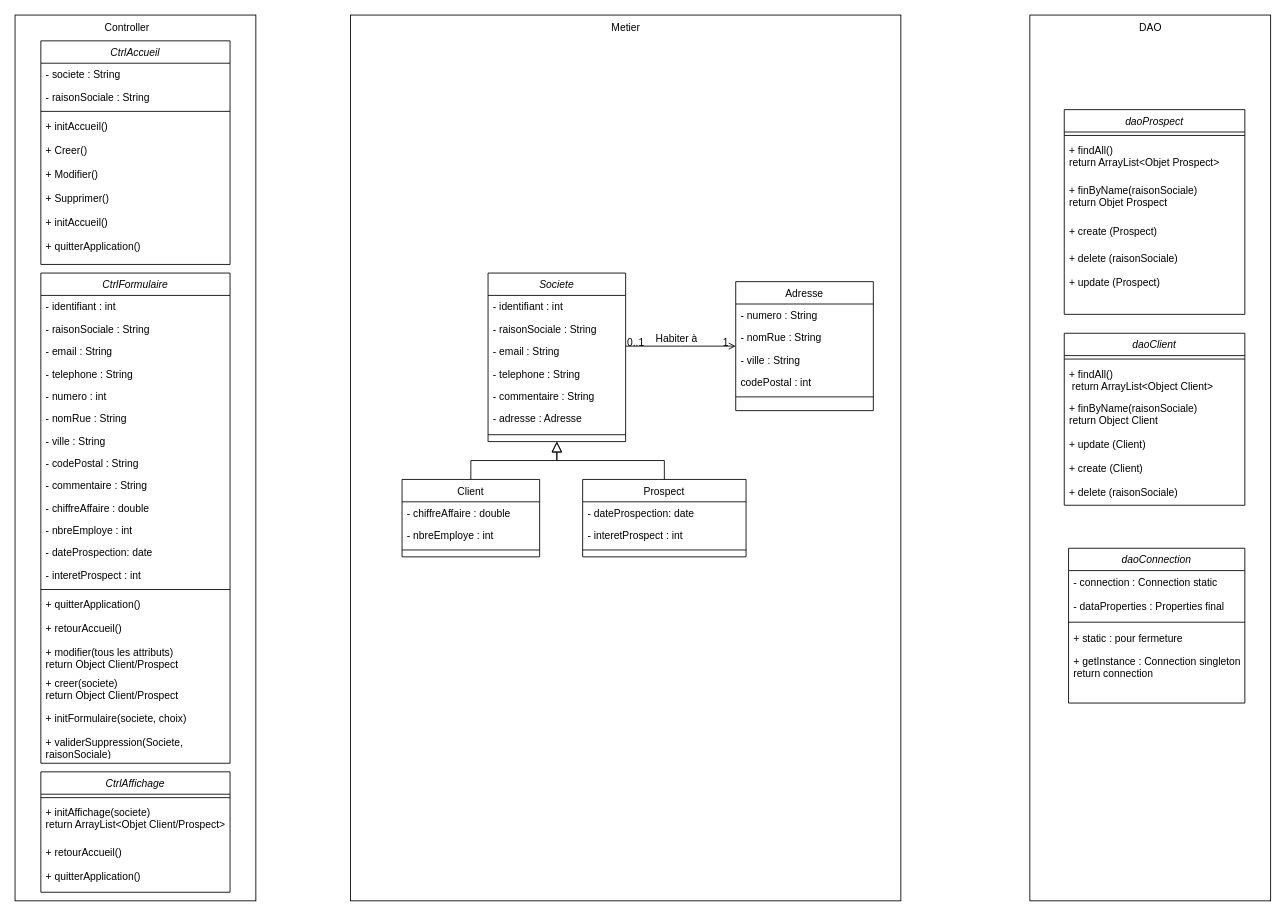
Before: Conception/Diagramme de classe.drawio in MichelLafontaine/ECF_POO, a draw.io diagram. Source tidied: cells renumbered, new cells numbered last; positions are measured from the earlier drawing's top-left corner, leaving out a move shared by most shapes. Both pictures are drawn from the tidied source at 86%, with x=0, y=0 at pixel (15, 15).
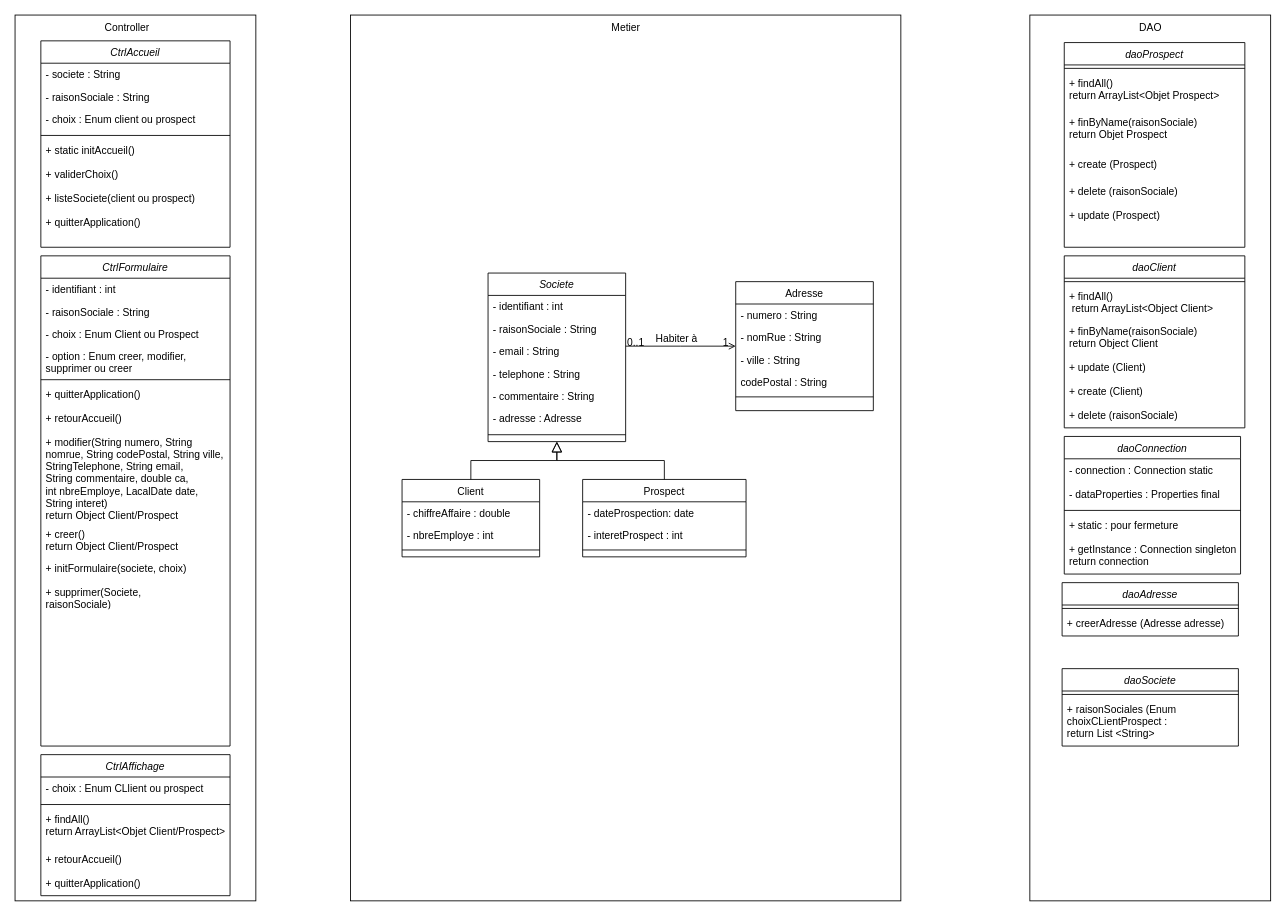
The same page after the edit.

The change refers to these unchanged cells:
```xml
<mxCell id="23" value="Adresse" style="swimlane;fontStyle=0;align=center;verticalAlign=top;horizontal=1;startSize=26;rounded=0;shadow=0;strokeWidth=1;" parent="1" vertex="1">
  <mxGeometry x="838" y="310" width="160" height="150" as="geometry" />
</mxCell>
```

Change to the diagram source:
```diff
@@
-    <mxCell id="27" value="codePostal : int" style="text;align=left;verticalAlign=top;spacingLeft=4;spacingRight=4;overflow=hidden;rounded=0;shadow=0;html=0;" parent="23" vertex="1">
+    <mxCell id="27" value="codePostal : String" style="text;align=left;verticalAlign=top;spacingLeft=4;spacingRight=4;overflow=hidden;rounded=0;shadow=0;html=0;" parent="23" vertex="1">
       <mxGeometry y="104" width="160" height="26" as="geometry" />
     </mxCell>
@@
     <mxCell id="33" value="CtrlAccueil" style="swimlane;fontStyle=2;align=center;verticalAlign=top;horizontal=1;startSize=26;rounded=0;shadow=0;strokeWidth=1;" parent="1" vertex="1">
-      <mxGeometry x="30" y="30" width="220" height="260" as="geometry" />
+      <mxGeometry x="30" y="30" width="220" height="240" as="geometry" />
     </mxCell>
@@
+    <mxCell id="39" value="- choix : Enum client ou prospect" style="text;align=left;verticalAlign=top;spacingLeft=4;spacingRight=4;overflow=hidden;" parent="33" vertex="1">
+      <mxGeometry y="78" width="220" height="28" as="geometry" />
+    </mxCell>
     <mxCell id="36" style="line;html=1;strokeWidth=1;align=left;verticalAlign=middle;spacingTop=-1;spacingLeft=3;spacingRight=3;labelPosition=right;" parent="33" vertex="1">
-      <mxGeometry y="78" width="220" height="8" as="geometry" />
+      <mxGeometry y="106" width="220" height="8" as="geometry" />
     </mxCell>
-    <mxCell id="37" value="+ initAccueil()" style="text;align=left;verticalAlign=top;spacingLeft=4;spacingRight=4;overflow=hidden;" parent="33" vertex="1">
-      <mxGeometry y="86" width="220" height="28" as="geometry" />
+    <mxCell id="37" value="+ static initAccueil()" style="text;align=left;verticalAlign=top;spacingLeft=4;spacingRight=4;overflow=hidden;" parent="33" vertex="1">
+      <mxGeometry y="114" width="220" height="28" as="geometry" />
     </mxCell>
-    <mxCell id="38" value="+ Creer()" style="text;align=left;verticalAlign=top;spacingLeft=4;spacingRight=4;overflow=hidden;" parent="33" vertex="1">
-      <mxGeometry y="114" width="220" height="28" as="geometry" />
+    <mxCell id="38" value="+ validerChoix()" style="text;align=left;verticalAlign=top;spacingLeft=4;spacingRight=4;overflow=hidden;" parent="33" vertex="1">
+      <mxGeometry y="142" width="220" height="28" as="geometry" />
     </mxCell>
-    <mxCell id="39" value="+ Modifier()" style="text;align=left;verticalAlign=top;spacingLeft=4;spacingRight=4;overflow=hidden;" parent="33" vertex="1">
-      <mxGeometry y="142" width="220" height="28" as="geometry" />
-    </mxCell>
-    <mxCell id="40" value="+ Supprimer()" style="text;align=left;verticalAlign=top;spacingLeft=4;spacingRight=4;overflow=hidden;" parent="33" vertex="1">
-      <mxGeometry y="170" width="220" height="28" as="geometry" />
-    </mxCell>
-    <mxCell id="41" value="+ initAccueil()" style="text;align=left;verticalAlign=top;spacingLeft=4;spacingRight=4;overflow=hidden;" parent="33" vertex="1">
-      <mxGeometry y="198" width="220" height="28" as="geometry" />
+    <mxCell id="41" value="+ listeSociete(client ou prospect)" style="text;align=left;verticalAlign=top;spacingLeft=4;spacingRight=4;overflow=hidden;" parent="33" vertex="1">
+      <mxGeometry y="170" width="220" height="28" as="geometry" />
     </mxCell>
     <mxCell id="42" value="+ quitterApplication()" style="text;align=left;verticalAlign=top;spacingLeft=4;spacingRight=4;overflow=hidden;" parent="33" vertex="1">
-      <mxGeometry y="226" width="220" height="28" as="geometry" />
+      <mxGeometry y="198" width="220" height="28" as="geometry" />
     </mxCell>
     <mxCell id="43" value="CtrlFormulaire" style="swimlane;fontStyle=2;align=center;verticalAlign=top;horizontal=1;startSize=26;rounded=0;shadow=0;strokeWidth=1;" parent="1" vertex="1">
-      <mxGeometry x="30" y="300" width="220" height="570" as="geometry" />
+      <mxGeometry x="30" y="280" width="220" height="570" as="geometry" />
     </mxCell>
@@
-    <mxCell id="46" value="- email : String" style="text;align=left;verticalAlign=top;spacingLeft=4;spacingRight=4;overflow=hidden;rounded=0;shadow=0;html=0;" parent="43" vertex="1">
-      <mxGeometry y="78" width="220" height="26" as="geometry" />
-    </mxCell>
-    <mxCell id="47" value="- telephone : String" style="text;align=left;verticalAlign=top;spacingLeft=4;spacingRight=4;overflow=hidden;rounded=0;shadow=0;html=0;" parent="43" vertex="1">
-      <mxGeometry y="104" width="220" height="26" as="geometry" />
-    </mxCell>
-    <mxCell id="48" value="- numero : int" style="text;align=left;verticalAlign=top;spacingLeft=4;spacingRight=4;overflow=hidden;" parent="43" vertex="1">
-      <mxGeometry y="130" width="220" height="26" as="geometry" />
-    </mxCell>
-    <mxCell id="49" value="- nomRue : String" style="text;align=left;verticalAlign=top;spacingLeft=4;spacingRight=4;overflow=hidden;rounded=0;shadow=0;html=0;" parent="43" vertex="1">
-      <mxGeometry y="156" width="220" height="26" as="geometry" />
-    </mxCell>
-    <mxCell id="50" value="- ville : String" style="text;align=left;verticalAlign=top;spacingLeft=4;spacingRight=4;overflow=hidden;rounded=0;shadow=0;html=0;" parent="43" vertex="1">
-      <mxGeometry y="182" width="220" height="26" as="geometry" />
-    </mxCell>
-    <mxCell id="51" value="- codePostal : String" style="text;align=left;verticalAlign=top;spacingLeft=4;spacingRight=4;overflow=hidden;rounded=0;shadow=0;html=0;" parent="43" vertex="1">
-      <mxGeometry y="208" width="220" height="26" as="geometry" />
-    </mxCell>
-    <mxCell id="52" value="- commentaire : String" style="text;align=left;verticalAlign=top;spacingLeft=4;spacingRight=4;overflow=hidden;rounded=0;shadow=0;html=0;" parent="43" vertex="1">
-      <mxGeometry y="234" width="220" height="26" as="geometry" />
-    </mxCell>
-    <mxCell id="53" value="- chiffreAffaire : double" style="text;align=left;verticalAlign=top;spacingLeft=4;spacingRight=4;overflow=hidden;" parent="43" vertex="1">
-      <mxGeometry y="260" width="220" height="26" as="geometry" />
-    </mxCell>
-    <mxCell id="54" value="- nbreEmploye : int" style="text;align=left;verticalAlign=top;spacingLeft=4;spacingRight=4;overflow=hidden;rounded=0;shadow=0;html=0;" parent="43" vertex="1">
-      <mxGeometry y="286" width="220" height="26" as="geometry" />
-    </mxCell>
-    <mxCell id="55" value="- dateProspection: date" style="text;align=left;verticalAlign=top;spacingLeft=4;spacingRight=4;overflow=hidden;" parent="43" vertex="1">
-      <mxGeometry y="312" width="220" height="26" as="geometry" />
+    <mxCell id="55" value="- choix : Enum Client ou Prospect" style="text;align=left;verticalAlign=top;spacingLeft=4;spacingRight=4;overflow=hidden;" parent="43" vertex="1">
+      <mxGeometry y="78" width="220" height="26" as="geometry" />
     </mxCell>
-    <mxCell id="56" value="- interetProspect : int" style="text;align=left;verticalAlign=top;spacingLeft=4;spacingRight=4;overflow=hidden;" parent="43" vertex="1">
-      <mxGeometry y="338" width="220" height="26" as="geometry" />
+    <mxCell id="56" value="- option : Enum creer, modifier, &#10;supprimer ou creer" style="text;align=left;verticalAlign=top;spacingLeft=4;spacingRight=4;overflow=hidden;" parent="43" vertex="1">
+      <mxGeometry y="104" width="220" height="36" as="geometry" />
     </mxCell>
     <mxCell id="57" style="line;html=1;strokeWidth=1;align=left;verticalAlign=middle;spacingTop=-1;spacingLeft=3;spacingRight=3;labelPosition=right;" parent="43" vertex="1">
-      <mxGeometry y="364" width="220" height="8" as="geometry" />
+      <mxGeometry y="140" width="220" height="8" as="geometry" />
     </mxCell>
     <mxCell id="58" value="+ quitterApplication()" style="text;align=left;verticalAlign=top;spacingLeft=4;spacingRight=4;overflow=hidden;" parent="43" vertex="1">
-      <mxGeometry y="372" width="220" height="28" as="geometry" />
+      <mxGeometry y="148" width="220" height="28" as="geometry" />
     </mxCell>
     <mxCell id="59" value="+ retourAccueil()" style="text;align=left;verticalAlign=top;spacingLeft=4;spacingRight=4;overflow=hidden;" parent="43" vertex="1">
-      <mxGeometry y="400" width="220" height="28" as="geometry" />
+      <mxGeometry y="176" width="220" height="28" as="geometry" />
     </mxCell>
-    <mxCell id="60" value="+ modifier(tous les attributs)&#10;return Object Client/Prospect" style="text;align=left;verticalAlign=top;spacingLeft=4;spacingRight=4;overflow=hidden;" parent="43" vertex="1">
-      <mxGeometry y="428" width="220" height="36" as="geometry" />
+    <mxCell id="60" value="+ modifier(String numero, String &#10;nomrue, String codePostal, String ville, &#10;StringTelephone, String email, &#10;String commentaire, double ca, &#10;int nbreEmploye, LacalDate date, &#10;String interet)&#10;return Object Client/Prospect" style="text;align=left;verticalAlign=top;spacingLeft=4;spacingRight=4;overflow=hidden;" parent="43" vertex="1">
+      <mxGeometry y="204" width="220" height="106" as="geometry" />
     </mxCell>
-    <mxCell id="61" value="+ creer(societe)&#10;return Object Client/Prospect" style="text;align=left;verticalAlign=top;spacingLeft=4;spacingRight=4;overflow=hidden;" parent="43" vertex="1">
-      <mxGeometry y="464" width="220" height="40" as="geometry" />
+    <mxCell id="61" value="+ creer()&#10;return Object Client/Prospect" style="text;align=left;verticalAlign=top;spacingLeft=4;spacingRight=4;overflow=hidden;" parent="43" vertex="1">
+      <mxGeometry y="310" width="220" height="40" as="geometry" />
     </mxCell>
     <mxCell id="62" value="+ initFormulaire(societe, choix)" style="text;align=left;verticalAlign=top;spacingLeft=4;spacingRight=4;overflow=hidden;" parent="43" vertex="1">
-      <mxGeometry y="504" width="220" height="28" as="geometry" />
+      <mxGeometry y="350" width="220" height="28" as="geometry" />
     </mxCell>
-    <mxCell id="63" value="+ validerSuppression(Societe,&#10;raisonSociale)" style="text;align=left;verticalAlign=top;spacingLeft=4;spacingRight=4;overflow=hidden;" parent="43" vertex="1">
-      <mxGeometry y="532" width="220" height="28" as="geometry" />
+    <mxCell id="63" value="+ supprimer(Societe,&#10;raisonSociale)" style="text;align=left;verticalAlign=top;spacingLeft=4;spacingRight=4;overflow=hidden;" parent="43" vertex="1">
+      <mxGeometry y="378" width="220" height="28" as="geometry" />
     </mxCell>
     <mxCell id="64" value="CtrlAffichage" style="swimlane;fontStyle=2;align=center;verticalAlign=top;horizontal=1;startSize=26;rounded=0;shadow=0;strokeWidth=1;" parent="1" vertex="1">
-      <mxGeometry x="30" y="880" width="220" height="140" as="geometry" />
+      <mxGeometry x="30" y="860" width="220" height="164" as="geometry" />
     </mxCell>
+    <mxCell id="92" value="- choix : Enum CLlient ou prospect" style="text;align=left;verticalAlign=top;spacingLeft=4;spacingRight=4;overflow=hidden;" parent="64" vertex="1">
+      <mxGeometry y="26" width="220" height="28" as="geometry" />
+    </mxCell>
     <mxCell id="65" style="line;html=1;strokeWidth=1;align=left;verticalAlign=middle;spacingTop=-1;spacingLeft=3;spacingRight=3;labelPosition=right;" parent="64" vertex="1">
-      <mxGeometry y="26" width="220" height="8" as="geometry" />
+      <mxGeometry y="54" width="220" height="8" as="geometry" />
     </mxCell>
-    <mxCell id="66" value="+ initAffichage(societe) &#10;return ArrayList&lt;Objet Client/Prospect&gt;" style="text;align=left;verticalAlign=top;spacingLeft=4;spacingRight=4;overflow=hidden;" parent="64" vertex="1">
-      <mxGeometry y="34" width="220" height="46" as="geometry" />
+    <mxCell id="66" value="+ findAll() &#10;return ArrayList&lt;Objet Client/Prospect&gt;" style="text;align=left;verticalAlign=top;spacingLeft=4;spacingRight=4;overflow=hidden;" parent="64" vertex="1">
+      <mxGeometry y="62" width="220" height="46" as="geometry" />
     </mxCell>
     <mxCell id="67" value="+ retourAccueil()" style="text;align=left;verticalAlign=top;spacingLeft=4;spacingRight=4;overflow=hidden;" parent="64" vertex="1">
-      <mxGeometry y="80" width="220" height="28" as="geometry" />
+      <mxGeometry y="108" width="220" height="28" as="geometry" />
     </mxCell>
     <mxCell id="68" value="+ quitterApplication()" style="text;align=left;verticalAlign=top;spacingLeft=4;spacingRight=4;overflow=hidden;" parent="64" vertex="1">
-      <mxGeometry y="108" width="220" height="28" as="geometry" />
+      <mxGeometry y="136" width="220" height="28" as="geometry" />
     </mxCell>
     <mxCell id="69" value="daoProspect" style="swimlane;fontStyle=2;align=center;verticalAlign=top;horizontal=1;startSize=26;rounded=0;shadow=0;strokeWidth=1;" parent="1" vertex="1">
-      <mxGeometry x="1220" y="110" width="210" height="238" as="geometry" />
+      <mxGeometry x="1220" y="32" width="210" height="238" as="geometry" />
     </mxCell>
@@
     <mxCell id="76" value="daoClient" style="swimlane;fontStyle=2;align=center;verticalAlign=top;horizontal=1;startSize=26;rounded=0;shadow=0;strokeWidth=1;" parent="1" vertex="1">
-      <mxGeometry x="1220" y="370" width="210" height="200" as="geometry" />
+      <mxGeometry x="1220" y="280" width="210" height="200" as="geometry" />
     </mxCell>
@@
     <mxCell id="86" value="daoConnection" style="swimlane;fontStyle=2;align=center;verticalAlign=top;horizontal=1;startSize=26;rounded=0;shadow=0;strokeWidth=1;" parent="1" vertex="1">
-      <mxGeometry x="1225" y="620" width="205" height="180" as="geometry" />
+      <mxGeometry x="1220" y="490" width="205" height="160" as="geometry" />
     </mxCell>
@@
-    <mxCell id="90" value="+ static : pour fermeture" style="text;align=left;verticalAlign=top;spacingLeft=4;spacingRight=4;overflow=hidden;" parent="1" vertex="1">
-      <mxGeometry x="1225" y="712" width="160" height="28" as="geometry" />
+    <mxCell id="90" value="+ static : pour fermeture" style="text;align=left;verticalAlign=top;spacingLeft=4;spacingRight=4;overflow=hidden;" parent="86" vertex="1">
+      <mxGeometry y="90" width="205" height="28" as="geometry" />
     </mxCell>
-    <mxCell id="91" value="+ getInstance : Connection singleton&#10;return connection" style="text;align=left;verticalAlign=top;spacingLeft=4;spacingRight=4;overflow=hidden;" parent="1" vertex="1">
-      <mxGeometry x="1225" y="738" width="215" height="28" as="geometry" />
+    <mxCell id="91" value="+ getInstance : Connection singleton&#10;return connection" style="text;align=left;verticalAlign=top;spacingLeft=4;spacingRight=4;overflow=hidden;" parent="86" vertex="1">
+      <mxGeometry y="118" width="205" height="28" as="geometry" />
     </mxCell>
+    <mxCell id="93" value="daoAdresse" style="swimlane;fontStyle=2;align=center;verticalAlign=top;horizontal=1;startSize=26;rounded=0;shadow=0;strokeWidth=1;" parent="1" vertex="1">
+      <mxGeometry x="1217.5" y="660" width="205" height="62" as="geometry" />
+    </mxCell>
+    <mxCell id="94" style="line;html=1;strokeWidth=1;align=left;verticalAlign=middle;spacingTop=-1;spacingLeft=3;spacingRight=3;labelPosition=right;" parent="93" vertex="1">
+      <mxGeometry y="26" width="205" height="8" as="geometry" />
+    </mxCell>
+    <mxCell id="95" value="+ creerAdresse (Adresse adresse)" style="text;align=left;verticalAlign=top;spacingLeft=4;spacingRight=4;overflow=hidden;" parent="93" vertex="1">
+      <mxGeometry y="34" width="205" height="28" as="geometry" />
+    </mxCell>
+    <mxCell id="96" value="daoSociete" style="swimlane;fontStyle=2;align=center;verticalAlign=top;horizontal=1;startSize=26;rounded=0;shadow=0;strokeWidth=1;" parent="1" vertex="1">
+      <mxGeometry x="1217.5" y="760" width="205" height="90" as="geometry" />
+    </mxCell>
+    <mxCell id="97" style="line;html=1;strokeWidth=1;align=left;verticalAlign=middle;spacingTop=-1;spacingLeft=3;spacingRight=3;labelPosition=right;" parent="96" vertex="1">
+      <mxGeometry y="26" width="205" height="8" as="geometry" />
+    </mxCell>
+    <mxCell id="98" value="+ raisonSociales (Enum &#10;choixCLientProspect : &#10;return List &lt;String&gt;" style="text;align=left;verticalAlign=top;spacingLeft=4;spacingRight=4;overflow=hidden;" parent="96" vertex="1">
+      <mxGeometry y="34" width="205" height="56" as="geometry" />
+    </mxCell>
```
